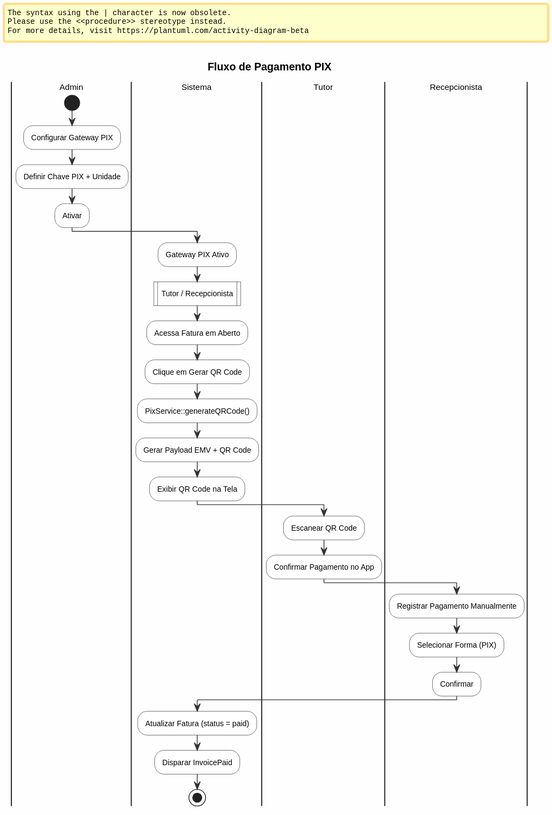
Above: resources/docs/diagrams/32-fluxo-pagamento-gateway.svg in hlmitecnologia/vetessence (PlantUML), before the change.
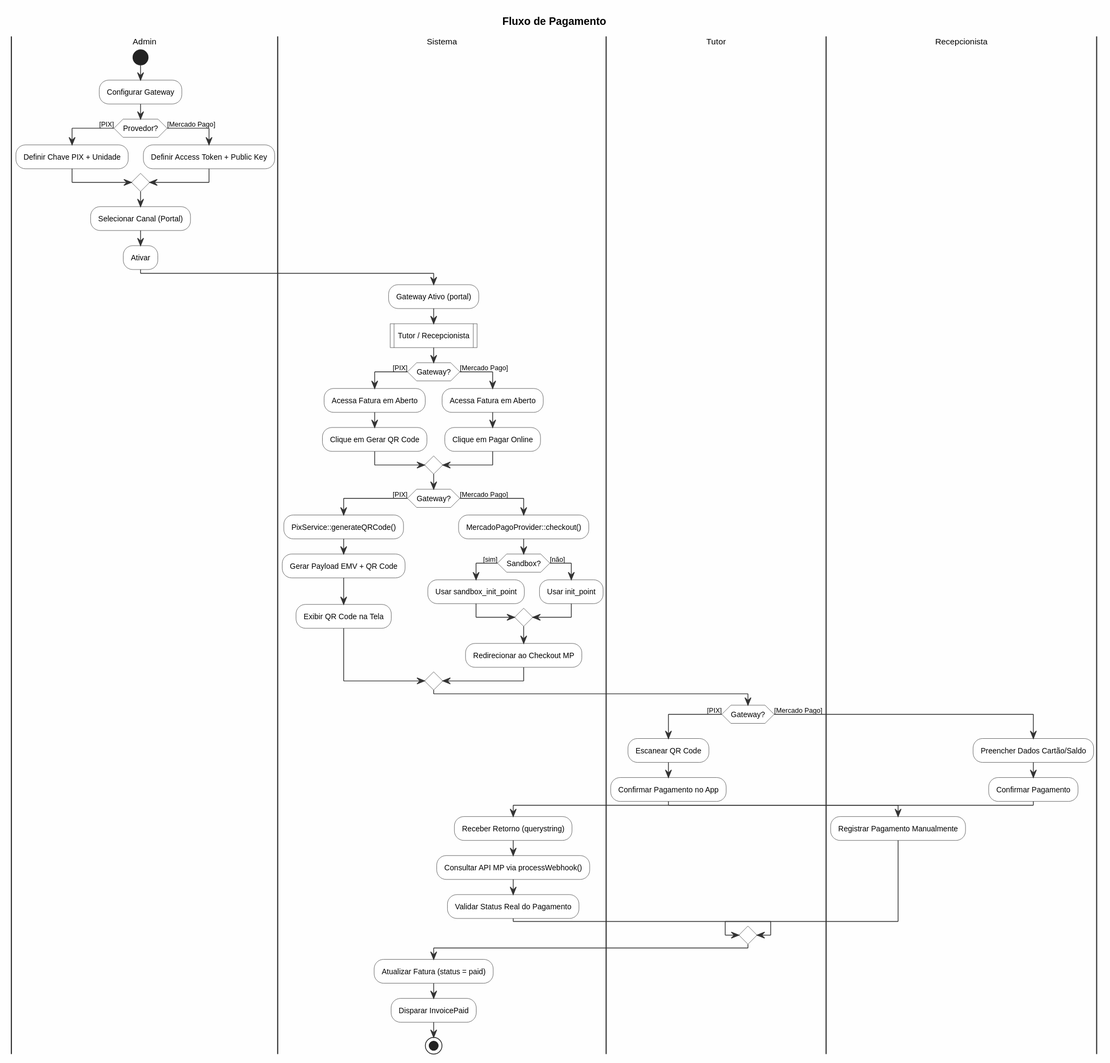
The same diagram one commit later.

Diff of the diagram source:
```diff
@@ -1,34 +1,60 @@
 @startuml
 !include _common.puml
 
-title Fluxo de Pagamento PIX
+title Fluxo de Pagamento
 
 |Admin|
 start
-:Configurar Gateway PIX;
-:Definir Chave PIX + Unidade;
+:Configurar Gateway;
+if (Provedor?) then ([PIX])
+  :Definir Chave PIX + Unidade;
+else ([Mercado Pago])
+  :Definir Access Token + Public Key;
+endif
+:Selecionar Canal (Portal);
 :Ativar;
 
 |Sistema|
-:Gateway PIX Ativo;
+:Gateway Ativo (portal);
 
 :Tutor / Recepcionista|
-:Acessa Fatura em Aberto;
-:Clique em Gerar QR Code;
+if (Gateway?) then ([PIX])
+  :Acessa Fatura em Aberto;
+  :Clique em Gerar QR Code;
+else ([Mercado Pago])
+  :Acessa Fatura em Aberto;
+  :Clique em Pagar Online;
+endif
 
 |Sistema|
-:PixService::generateQRCode();
-:Gerar Payload EMV + QR Code;
-:Exibir QR Code na Tela;
+if (Gateway?) then ([PIX])
+  :PixService::generateQRCode();
+  :Gerar Payload EMV + QR Code;
+  :Exibir QR Code na Tela;
+else ([Mercado Pago])
+  :MercadoPagoProvider::checkout();
+  if (Sandbox?) then ([sim])
+    :Usar sandbox_init_point;
+  else ([não])
+    :Usar init_point;
+  endif
+  :Redirecionar ao Checkout MP;
+endif
 
 |Tutor|
-:Escanear QR Code;
-:Confirmar Pagamento no App;
-
-|Recepcionista|
-:Registrar Pagamento Manualmente;
-:Selecionar Forma (PIX);
-:Confirmar;
+if (Gateway?) then ([PIX])
+  :Escanear QR Code;
+  :Confirmar Pagamento no App;
+  |Recepcionista|
+  :Registrar Pagamento Manualmente;
+else ([Mercado Pago])
+  :Preencher Dados Cartão/Saldo;
+  :Confirmar Pagamento;
+  |Sistema|
+  :Receber Retorno (querystring);
+  :Consultar API MP via processWebhook();
+  :Validar Status Real do Pagamento;
+endif
 
 |Sistema|
 :Atualizar Fatura (status = paid);
```
